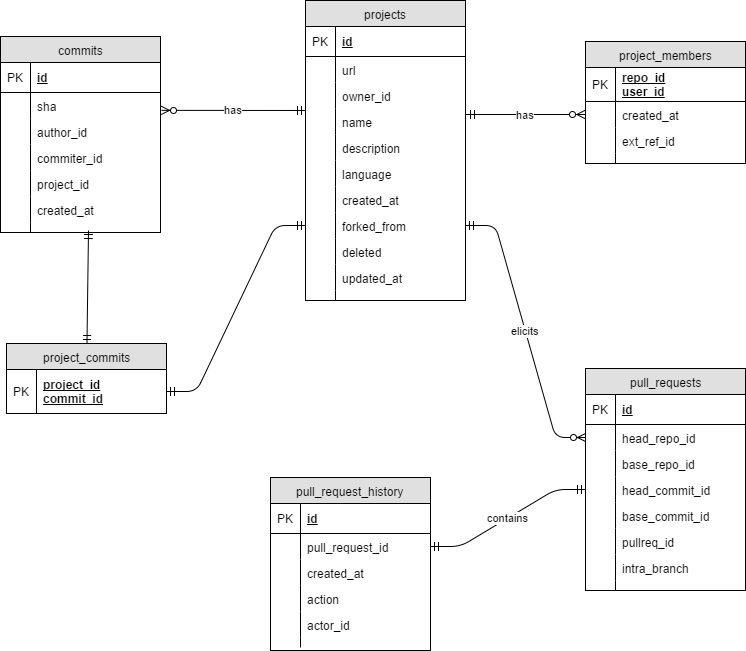
This is sprint1/sprint1ERD.png from ldsz89/testRepo, a draw.io export, as it was before one commit. Source tidied: cells renumbered, new cells last; positions are measured from the earlier drawing's top-left corner, leaving out a move shared by most shapes.
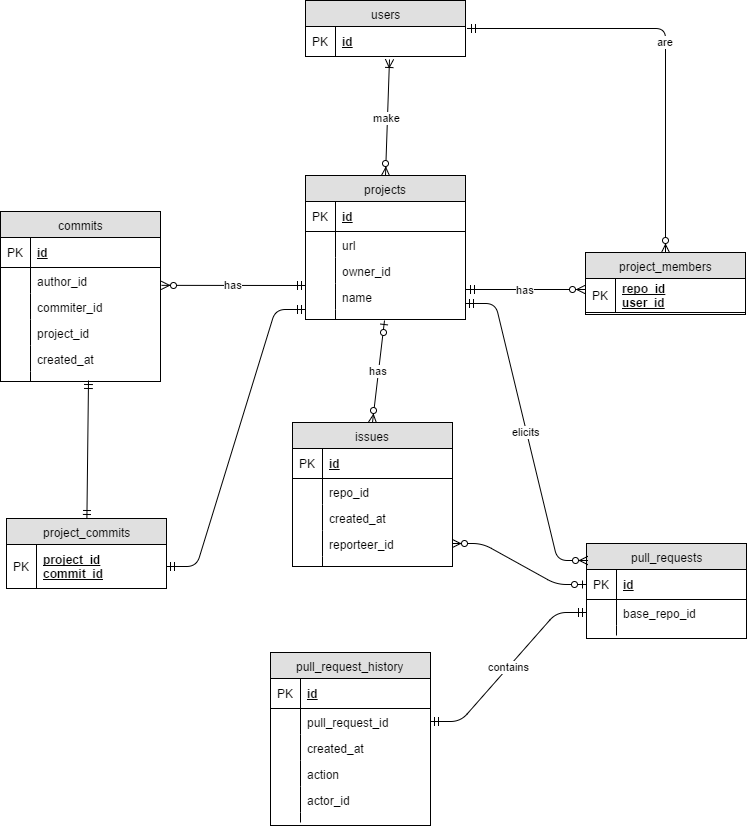
After the change.

What changed in the source:
```diff
@@ -5,3 +5,3 @@
     <mxCell id="2" value="commits" style="swimlane;html=1;fontStyle=0;horizontal=1;startSize=26;fillColor=#e0e0e0;swimlaneFillColor=#ffffff;align=center;" parent="1" vertex="1">
-      <mxGeometry y="36" width="160" height="196" as="geometry" />
+      <mxGeometry y="36" width="160" height="170" as="geometry" />
     </mxCell>
@@ -13,10 +13,4 @@
     </mxCell>
-    <mxCell id="5" value="sha" style="shape=partialRectangle;top=0;left=0;right=0;bottom=0;html=1;align=left;verticalAlign=top;fillColor=none;spacingLeft=34;spacingRight=4;whiteSpace=wrap;overflow=hidden;" parent="2" vertex="1">
-      <mxGeometry y="56" width="160" height="26" as="geometry" />
-    </mxCell>
-    <mxCell id="6" style="shape=partialRectangle;top=0;left=0;bottom=0;html=1;fillColor=none;align=left;verticalAlign=top;spacingLeft=4;spacingRight=4;whiteSpace=wrap;overflow=hidden;" parent="5" vertex="1">
-      <mxGeometry width="30" height="26" as="geometry" />
-    </mxCell>
     <mxCell id="7" value="author_id" style="shape=partialRectangle;top=0;left=0;right=0;bottom=0;html=1;align=left;verticalAlign=top;fillColor=none;spacingLeft=34;spacingRight=4;whiteSpace=wrap;overflow=hidden;" parent="2" vertex="1">
-      <mxGeometry y="82" width="160" height="26" as="geometry" />
+      <mxGeometry y="56" width="160" height="26" as="geometry" />
     </mxCell>
@@ -26,3 +20,3 @@
     <mxCell id="9" value="commiter_id" style="shape=partialRectangle;top=0;left=0;right=0;bottom=0;html=1;align=left;verticalAlign=top;fillColor=none;spacingLeft=34;spacingRight=4;whiteSpace=wrap;overflow=hidden;" parent="2" vertex="1">
-      <mxGeometry y="108" width="160" height="26" as="geometry" />
+      <mxGeometry y="82" width="160" height="26" as="geometry" />
     </mxCell>
@@ -32,3 +26,3 @@
     <mxCell id="11" value="project_id" style="shape=partialRectangle;top=0;left=0;right=0;bottom=0;html=1;align=left;verticalAlign=top;fillColor=none;spacingLeft=34;spacingRight=4;whiteSpace=wrap;overflow=hidden;" parent="2" vertex="1">
-      <mxGeometry y="134" width="160" height="26" as="geometry" />
+      <mxGeometry y="108" width="160" height="26" as="geometry" />
     </mxCell>
@@ -38,3 +32,3 @@
     <mxCell id="13" value="created_at" style="shape=partialRectangle;top=0;left=0;right=0;bottom=0;html=1;align=left;verticalAlign=top;fillColor=none;spacingLeft=34;spacingRight=4;whiteSpace=wrap;overflow=hidden;" parent="2" vertex="1">
-      <mxGeometry y="160" width="160" height="26" as="geometry" />
+      <mxGeometry y="134" width="160" height="26" as="geometry" />
     </mxCell>
@@ -44,3 +38,3 @@
     <mxCell id="15" style="shape=partialRectangle;top=0;left=0;right=0;bottom=0;html=1;align=left;verticalAlign=top;fillColor=none;spacingLeft=34;spacingRight=4;whiteSpace=wrap;overflow=hidden;points=[[0,0.5],[1,0.5]];portConstraint=eastwest;" parent="2" vertex="1">
-      <mxGeometry y="186" width="160" height="10" as="geometry" />
+      <mxGeometry y="160" width="160" height="10" as="geometry" />
     </mxCell>
@@ -50,3 +44,3 @@
     <mxCell id="17" value="project_members" style="swimlane;html=1;fontStyle=0;horizontal=1;startSize=26;fillColor=#e0e0e0;swimlaneFillColor=#ffffff;align=center;" parent="1" vertex="1">
-      <mxGeometry x="585" y="41" width="160" height="122" as="geometry" />
+      <mxGeometry x="585" y="77" width="160" height="62" as="geometry" />
     </mxCell>
@@ -58,20 +52,2 @@
     </mxCell>
-    <mxCell id="20" value="created_at" style="shape=partialRectangle;top=0;left=0;right=0;bottom=0;html=1;align=left;verticalAlign=top;fillColor=none;spacingLeft=34;spacingRight=4;whiteSpace=wrap;overflow=hidden;" parent="17" vertex="1">
-      <mxGeometry y="60" width="160" height="26" as="geometry" />
-    </mxCell>
-    <mxCell id="21" style="shape=partialRectangle;top=0;left=0;bottom=0;html=1;fillColor=none;align=left;verticalAlign=top;spacingLeft=4;spacingRight=4;whiteSpace=wrap;overflow=hidden;" parent="20" vertex="1">
-      <mxGeometry width="30" height="26" as="geometry" />
-    </mxCell>
-    <mxCell id="22" value="ext_ref_id" style="shape=partialRectangle;top=0;left=0;right=0;bottom=0;html=1;align=left;verticalAlign=top;fillColor=none;spacingLeft=34;spacingRight=4;whiteSpace=wrap;overflow=hidden;" parent="17" vertex="1">
-      <mxGeometry y="86" width="160" height="26" as="geometry" />
-    </mxCell>
-    <mxCell id="23" style="shape=partialRectangle;top=0;left=0;bottom=0;html=1;fillColor=none;align=left;verticalAlign=top;spacingLeft=4;spacingRight=4;whiteSpace=wrap;overflow=hidden;" parent="22" vertex="1">
-      <mxGeometry width="30" height="26" as="geometry" />
-    </mxCell>
-    <mxCell id="24" style="shape=partialRectangle;top=0;left=0;right=0;bottom=0;html=1;align=left;verticalAlign=top;fillColor=none;spacingLeft=34;spacingRight=4;whiteSpace=wrap;overflow=hidden;" parent="17" vertex="1">
-      <mxGeometry y="112" width="160" height="10" as="geometry" />
-    </mxCell>
-    <mxCell id="25" style="shape=partialRectangle;top=0;left=0;bottom=0;html=1;fillColor=none;align=left;verticalAlign=top;spacingLeft=4;spacingRight=4;whiteSpace=wrap;overflow=hidden;" parent="24" vertex="1">
-      <mxGeometry width="30" height="10" as="geometry" />
-    </mxCell>
     <mxCell id="26" value="project_commits" style="swimlane;html=1;fontStyle=0;horizontal=1;startSize=26;fillColor=#e0e0e0;swimlaneFillColor=#ffffff;align=center;" parent="1" vertex="1">
@@ -125,3 +101,3 @@
     <mxCell id="42" value="pull_requests" style="swimlane;html=1;fontStyle=0;horizontal=1;startSize=26;fillColor=#e0e0e0;swimlaneFillColor=#ffffff;align=center;" parent="1" vertex="1">
-      <mxGeometry x="585" y="368" width="160" height="222" as="geometry" />
+      <mxGeometry x="586" y="368" width="160" height="95" as="geometry" />
     </mxCell>
@@ -133,10 +109,4 @@
     </mxCell>
-    <mxCell id="45" value="head_repo_id" style="shape=partialRectangle;top=0;left=0;right=0;bottom=0;html=1;align=left;verticalAlign=top;fillColor=none;spacingLeft=34;spacingRight=4;whiteSpace=wrap;overflow=hidden;points=[[0,0.5],[1,0.5]];portConstraint=eastwest;" parent="42" vertex="1">
-      <mxGeometry y="56" width="160" height="26" as="geometry" />
-    </mxCell>
-    <mxCell id="46" style="shape=partialRectangle;top=0;left=0;bottom=0;html=1;fillColor=none;align=left;verticalAlign=top;spacingLeft=4;spacingRight=4;whiteSpace=wrap;overflow=hidden;" parent="45" vertex="1">
-      <mxGeometry width="30" height="26" as="geometry" />
-    </mxCell>
     <mxCell id="47" value="base_repo_id" style="shape=partialRectangle;top=0;left=0;right=0;bottom=0;html=1;align=left;verticalAlign=top;fillColor=none;spacingLeft=34;spacingRight=4;whiteSpace=wrap;overflow=hidden;points=[[0,0.5],[1,0.5]];portConstraint=eastwest;" parent="42" vertex="1">
-      <mxGeometry y="82" width="160" height="26" as="geometry" />
+      <mxGeometry y="56" width="160" height="26" as="geometry" />
     </mxCell>
@@ -145,28 +115,4 @@
     </mxCell>
-    <mxCell id="49" value="head_commit_id" style="shape=partialRectangle;top=0;left=0;right=0;bottom=0;html=1;align=left;verticalAlign=top;fillColor=none;spacingLeft=34;spacingRight=4;whiteSpace=wrap;overflow=hidden;points=[[0,0.5],[1,0.5]];portConstraint=eastwest;" parent="42" vertex="1">
-      <mxGeometry y="108" width="160" height="26" as="geometry" />
-    </mxCell>
-    <mxCell id="50" style="shape=partialRectangle;top=0;left=0;bottom=0;html=1;fillColor=none;align=left;verticalAlign=top;spacingLeft=4;spacingRight=4;whiteSpace=wrap;overflow=hidden;" parent="49" vertex="1">
-      <mxGeometry width="30" height="26" as="geometry" />
-    </mxCell>
-    <mxCell id="51" value="base_commit_id" style="shape=partialRectangle;top=0;left=0;right=0;bottom=0;html=1;align=left;verticalAlign=top;fillColor=none;spacingLeft=34;spacingRight=4;whiteSpace=wrap;overflow=hidden;" parent="42" vertex="1">
-      <mxGeometry y="134" width="160" height="26" as="geometry" />
-    </mxCell>
-    <mxCell id="52" style="shape=partialRectangle;top=0;left=0;bottom=0;html=1;fillColor=none;align=left;verticalAlign=top;spacingLeft=4;spacingRight=4;whiteSpace=wrap;overflow=hidden;" parent="51" vertex="1">
-      <mxGeometry width="30" height="26" as="geometry" />
-    </mxCell>
-    <mxCell id="53" value="pullreq_id" style="shape=partialRectangle;top=0;left=0;right=0;bottom=0;html=1;align=left;verticalAlign=top;fillColor=none;spacingLeft=34;spacingRight=4;whiteSpace=wrap;overflow=hidden;" parent="42" vertex="1">
-      <mxGeometry y="160" width="160" height="26" as="geometry" />
-    </mxCell>
-    <mxCell id="54" style="shape=partialRectangle;top=0;left=0;bottom=0;html=1;fillColor=none;align=left;verticalAlign=top;spacingLeft=4;spacingRight=4;whiteSpace=wrap;overflow=hidden;" parent="53" vertex="1">
-      <mxGeometry width="30" height="26" as="geometry" />
-    </mxCell>
-    <mxCell id="55" value="intra_branch" style="shape=partialRectangle;top=0;left=0;right=0;bottom=0;html=1;align=left;verticalAlign=top;fillColor=none;spacingLeft=34;spacingRight=4;whiteSpace=wrap;overflow=hidden;" parent="42" vertex="1">
-      <mxGeometry y="186" width="160" height="26" as="geometry" />
-    </mxCell>
-    <mxCell id="56" style="shape=partialRectangle;top=0;left=0;bottom=0;html=1;fillColor=none;align=left;verticalAlign=top;spacingLeft=4;spacingRight=4;whiteSpace=wrap;overflow=hidden;" parent="55" vertex="1">
-      <mxGeometry width="30" height="26" as="geometry" />
-    </mxCell>
     <mxCell id="57" style="shape=partialRectangle;top=0;left=0;right=0;bottom=0;html=1;align=left;verticalAlign=top;fillColor=none;spacingLeft=34;spacingRight=4;whiteSpace=wrap;overflow=hidden;" parent="42" vertex="1">
-      <mxGeometry y="212" width="160" height="10" as="geometry" />
+      <mxGeometry y="82" width="160" height="10" as="geometry" />
     </mxCell>
@@ -176,3 +122,3 @@
     <mxCell id="59" value="projects" style="swimlane;html=1;fontStyle=0;horizontal=1;startSize=26;fillColor=#e0e0e0;swimlaneFillColor=#ffffff;align=center;" parent="1" vertex="1">
-      <mxGeometry x="305" width="160" height="300" as="geometry" />
+      <mxGeometry x="305" width="160" height="144" as="geometry" />
     </mxCell>
@@ -202,40 +148,4 @@
     </mxCell>
-    <mxCell id="68" value="description" style="shape=partialRectangle;top=0;left=0;right=0;bottom=0;html=1;align=left;verticalAlign=top;fillColor=none;spacingLeft=34;spacingRight=4;whiteSpace=wrap;overflow=hidden;" parent="59" vertex="1">
-      <mxGeometry y="134" width="160" height="26" as="geometry" />
-    </mxCell>
-    <mxCell id="69" style="shape=partialRectangle;top=0;left=0;bottom=0;html=1;fillColor=none;align=left;verticalAlign=top;spacingLeft=4;spacingRight=4;whiteSpace=wrap;overflow=hidden;" parent="68" vertex="1">
-      <mxGeometry width="30" height="26" as="geometry" />
-    </mxCell>
-    <mxCell id="70" value="language" style="shape=partialRectangle;top=0;left=0;right=0;bottom=0;html=1;align=left;verticalAlign=top;fillColor=none;spacingLeft=34;spacingRight=4;whiteSpace=wrap;overflow=hidden;" parent="59" vertex="1">
-      <mxGeometry y="160" width="160" height="26" as="geometry" />
-    </mxCell>
-    <mxCell id="71" style="shape=partialRectangle;top=0;left=0;bottom=0;html=1;fillColor=none;align=left;verticalAlign=top;spacingLeft=4;spacingRight=4;whiteSpace=wrap;overflow=hidden;" parent="70" vertex="1">
-      <mxGeometry width="30" height="26" as="geometry" />
-    </mxCell>
-    <mxCell id="72" value="created_at" style="shape=partialRectangle;top=0;left=0;right=0;bottom=0;html=1;align=left;verticalAlign=top;fillColor=none;spacingLeft=34;spacingRight=4;whiteSpace=wrap;overflow=hidden;" parent="59" vertex="1">
-      <mxGeometry y="186" width="160" height="26" as="geometry" />
-    </mxCell>
-    <mxCell id="73" style="shape=partialRectangle;top=0;left=0;bottom=0;html=1;fillColor=none;align=left;verticalAlign=top;spacingLeft=4;spacingRight=4;whiteSpace=wrap;overflow=hidden;" parent="72" vertex="1">
-      <mxGeometry width="30" height="26" as="geometry" />
-    </mxCell>
-    <mxCell id="74" value="forked_from" style="shape=partialRectangle;top=0;left=0;right=0;bottom=0;html=1;align=left;verticalAlign=top;fillColor=none;spacingLeft=34;spacingRight=4;whiteSpace=wrap;overflow=hidden;points=[[0,0.5],[1,0.5]];portConstraint=eastwest;" parent="59" vertex="1">
-      <mxGeometry y="212" width="160" height="26" as="geometry" />
-    </mxCell>
-    <mxCell id="75" style="shape=partialRectangle;top=0;left=0;bottom=0;html=1;fillColor=none;align=left;verticalAlign=top;spacingLeft=4;spacingRight=4;whiteSpace=wrap;overflow=hidden;" parent="74" vertex="1">
-      <mxGeometry width="30" height="26" as="geometry" />
-    </mxCell>
-    <mxCell id="76" value="deleted" style="shape=partialRectangle;top=0;left=0;right=0;bottom=0;html=1;align=left;verticalAlign=top;fillColor=none;spacingLeft=34;spacingRight=4;whiteSpace=wrap;overflow=hidden;" parent="59" vertex="1">
-      <mxGeometry y="238" width="160" height="26" as="geometry" />
-    </mxCell>
-    <mxCell id="77" style="shape=partialRectangle;top=0;left=0;bottom=0;html=1;fillColor=none;align=left;verticalAlign=top;spacingLeft=4;spacingRight=4;whiteSpace=wrap;overflow=hidden;" parent="76" vertex="1">
-      <mxGeometry width="30" height="26" as="geometry" />
-    </mxCell>
-    <mxCell id="78" value="updated_at" style="shape=partialRectangle;top=0;left=0;right=0;bottom=0;html=1;align=left;verticalAlign=top;fillColor=none;spacingLeft=34;spacingRight=4;whiteSpace=wrap;overflow=hidden;" parent="59" vertex="1">
-      <mxGeometry y="264" width="160" height="26" as="geometry" />
-    </mxCell>
-    <mxCell id="79" style="shape=partialRectangle;top=0;left=0;bottom=0;html=1;fillColor=none;align=left;verticalAlign=top;spacingLeft=4;spacingRight=4;whiteSpace=wrap;overflow=hidden;" parent="78" vertex="1">
-      <mxGeometry width="30" height="26" as="geometry" />
-    </mxCell>
     <mxCell id="80" style="shape=partialRectangle;top=0;left=0;right=0;bottom=0;html=1;align=left;verticalAlign=top;fillColor=none;spacingLeft=34;spacingRight=4;whiteSpace=wrap;overflow=hidden;points=[[0,0.5],[1,0.5]];portConstraint=eastwest;" parent="59" vertex="1">
-      <mxGeometry y="290" width="160" height="10" as="geometry" />
+      <mxGeometry y="134" width="160" height="10" as="geometry" />
     </mxCell>
@@ -256,16 +166,75 @@
     </mxCell>
-    <mxCell id="84" value="contains" style="edgeStyle=entityRelationEdgeStyle;html=1;endArrow=ERmandOne;startArrow=ERmandOne;exitX=1;exitY=0.5;entryX=0;entryY=0.5;" parent="1" edge="1" source="32" target="49">
+    <mxCell id="84" value="contains" style="edgeStyle=entityRelationEdgeStyle;html=1;endArrow=ERmandOne;startArrow=ERmandOne;exitX=1;exitY=0.5;" parent="1" edge="1" source="32" target="47">
       <mxGeometry relative="1" as="geometry" />
     </mxCell>
-    <mxCell id="85" value="elicits" style="edgeStyle=entityRelationEdgeStyle;html=1;endArrow=ERzeroToMany;startArrow=ERmandOne;exitX=1;exitY=0.5;entryX=0;entryY=0.5;" parent="1" edge="1" source="74" target="45">
-      <mxGeometry relative="1" as="geometry" />
+    <mxCell id="85" value="elicits" style="edgeStyle=entityRelationEdgeStyle;html=1;endArrow=ERzeroToMany;startArrow=ERmandOne;exitX=1;exitY=0.5;entryX=0.004;entryY=0.183;entryPerimeter=0;" parent="1" edge="1" target="42">
+      <mxGeometry relative="1" as="geometry">
+        <mxPoint x="465" y="128" as="sourcePoint" />
+      </mxGeometry>
     </mxCell>
-    <mxCell id="86" style="html=1;endArrow=ERmandOne;startArrow=ERmandOne;" parent="1" edge="1" source="26">
-      <mxGeometry relative="1" as="geometry">
-        <mxPoint x="88" y="230" as="targetPoint" />
-      </mxGeometry>
+    <mxCell id="86" style="html=1;endArrow=ERmandOne;startArrow=ERmandOne;entryX=0.55;entryY=0.9;entryPerimeter=0;" parent="1" edge="1" source="26" target="15">
+      <mxGeometry relative="1" as="geometry" />
     </mxCell>
-    <mxCell id="87" style="edgeStyle=entityRelationEdgeStyle;html=1;endArrow=ERmandOne;startArrow=ERmandOne;exitX=1;exitY=0.5;entryX=0;entryY=0.5;" parent="1" edge="1" source="27" target="74">
+    <mxCell id="87" style="edgeStyle=entityRelationEdgeStyle;html=1;endArrow=ERmandOne;startArrow=ERmandOne;exitX=1;exitY=0.5;entryX=0;entryY=1.015;entryPerimeter=0;" parent="1" edge="1" source="27" target="66">
       <mxGeometry relative="1" as="geometry" />
     </mxCell>
+    <mxCell id="88" value="users" style="swimlane;html=1;fontStyle=0;horizontal=1;startSize=26;fillColor=#e0e0e0;swimlaneFillColor=#ffffff;align=center;" parent="1" vertex="1">
+      <mxGeometry x="305" y="-175" width="160" height="56" as="geometry" />
+    </mxCell>
+    <mxCell id="89" value="id" style="shape=partialRectangle;top=0;left=0;right=0;bottom=1;html=1;align=left;verticalAlign=middle;fillColor=none;spacingLeft=34;spacingRight=4;whiteSpace=wrap;overflow=hidden;points=[[0,0.5],[1,0.5]];portConstraint=eastwest;fontStyle=5;" parent="88" vertex="1">
+      <mxGeometry y="26" width="160" height="30" as="geometry" />
+    </mxCell>
+    <mxCell id="90" value="PK" style="shape=partialRectangle;top=0;left=0;bottom=0;html=1;fillColor=none;align=left;verticalAlign=middle;spacingLeft=4;spacingRight=4;whiteSpace=wrap;overflow=hidden;" parent="89" vertex="1">
+      <mxGeometry width="30" height="30" as="geometry" />
+    </mxCell>
+    <mxCell id="91" value="make" style="html=1;endArrow=ERoneToMany;startArrow=ERzeroToMany;exitX=0.5;exitY=0;entryX=0.524;entryY=1.087;entryPerimeter=0;" parent="1" edge="1" source="59" target="89">
+      <mxGeometry relative="1" as="geometry" />
+    </mxCell>
+    <mxCell id="92" value="are" style="edgeStyle=orthogonalEdgeStyle;html=1;endArrow=ERzeroToMany;startArrow=ERmandOne;entryX=0.5;entryY=0;" parent="1" edge="1" target="17">
+      <mxGeometry relative="1" as="geometry">
+        <mxPoint x="467" y="-147" as="sourcePoint" />
+        <Array as="points">
+          <mxPoint x="665" y="-147" />
+        </Array>
+      </mxGeometry>
+    </mxCell>
+    <mxCell id="93" value="issues" style="swimlane;html=1;fontStyle=0;horizontal=1;startSize=26;fillColor=#e0e0e0;swimlaneFillColor=#ffffff;align=center;" parent="1" vertex="1">
+      <mxGeometry x="292" y="247" width="160" height="144" as="geometry" />
+    </mxCell>
+    <mxCell id="94" value="id" style="shape=partialRectangle;top=0;left=0;right=0;bottom=1;html=1;align=left;verticalAlign=middle;fillColor=none;spacingLeft=34;spacingRight=4;whiteSpace=wrap;overflow=hidden;fontStyle=5;" parent="93" vertex="1">
+      <mxGeometry y="26" width="160" height="30" as="geometry" />
+    </mxCell>
+    <mxCell id="95" value="PK" style="shape=partialRectangle;top=0;left=0;bottom=0;html=1;fillColor=none;align=left;verticalAlign=middle;spacingLeft=4;spacingRight=4;whiteSpace=wrap;overflow=hidden;" parent="94" vertex="1">
+      <mxGeometry width="30" height="30" as="geometry" />
+    </mxCell>
+    <mxCell id="96" value="repo_id" style="shape=partialRectangle;top=0;left=0;right=0;bottom=0;html=1;align=left;verticalAlign=top;fillColor=none;spacingLeft=34;spacingRight=4;whiteSpace=wrap;overflow=hidden;" parent="93" vertex="1">
+      <mxGeometry y="56" width="160" height="26" as="geometry" />
+    </mxCell>
+    <mxCell id="97" style="shape=partialRectangle;top=0;left=0;bottom=0;html=1;fillColor=none;align=left;verticalAlign=top;spacingLeft=4;spacingRight=4;whiteSpace=wrap;overflow=hidden;" parent="96" vertex="1">
+      <mxGeometry width="30" height="26" as="geometry" />
+    </mxCell>
+    <mxCell id="98" value="created_at" style="shape=partialRectangle;top=0;left=0;right=0;bottom=0;html=1;align=left;verticalAlign=top;fillColor=none;spacingLeft=34;spacingRight=4;whiteSpace=wrap;overflow=hidden;" parent="93" vertex="1">
+      <mxGeometry y="82" width="160" height="26" as="geometry" />
+    </mxCell>
+    <mxCell id="99" style="shape=partialRectangle;top=0;left=0;bottom=0;html=1;fillColor=none;align=left;verticalAlign=top;spacingLeft=4;spacingRight=4;whiteSpace=wrap;overflow=hidden;" parent="98" vertex="1">
+      <mxGeometry width="30" height="26" as="geometry" />
+    </mxCell>
+    <mxCell id="100" value="reporteer_id" style="shape=partialRectangle;top=0;left=0;right=0;bottom=0;html=1;align=left;verticalAlign=top;fillColor=none;spacingLeft=34;spacingRight=4;whiteSpace=wrap;overflow=hidden;points=[[0,0.5],[1,0.5]];portConstraint=eastwest;" parent="93" vertex="1">
+      <mxGeometry y="108" width="160" height="26" as="geometry" />
+    </mxCell>
+    <mxCell id="101" style="shape=partialRectangle;top=0;left=0;bottom=0;html=1;fillColor=none;align=left;verticalAlign=top;spacingLeft=4;spacingRight=4;whiteSpace=wrap;overflow=hidden;" parent="100" vertex="1">
+      <mxGeometry width="30" height="26" as="geometry" />
+    </mxCell>
+    <mxCell id="102" style="shape=partialRectangle;top=0;left=0;right=0;bottom=0;html=1;align=left;verticalAlign=top;fillColor=none;spacingLeft=34;spacingRight=4;whiteSpace=wrap;overflow=hidden;" parent="93" vertex="1">
+      <mxGeometry y="134" width="160" height="10" as="geometry" />
+    </mxCell>
+    <mxCell id="25" style="shape=partialRectangle;top=0;left=0;bottom=0;html=1;fillColor=none;align=left;verticalAlign=top;spacingLeft=4;spacingRight=4;whiteSpace=wrap;overflow=hidden;" parent="102" vertex="1">
+      <mxGeometry width="30" height="10" as="geometry" />
+    </mxCell>
+    <mxCell id="103" style="edgeStyle=entityRelationEdgeStyle;html=1;endArrow=ERzeroToMany;startArrow=ERzeroToOne;" parent="1" edge="1" source="43" target="100">
+      <mxGeometry relative="1" as="geometry" />
+    </mxCell>
+    <mxCell id="104" value="has" style="html=1;endArrow=ERzeroToMany;startArrow=ERzeroToOne;exitX=0.494;exitY=1.14;exitPerimeter=0;entryX=0.5;entryY=0;" parent="1" edge="1" source="80" target="93">
+      <mxGeometry relative="1" as="geometry" />
+    </mxCell>
   </root>
```
